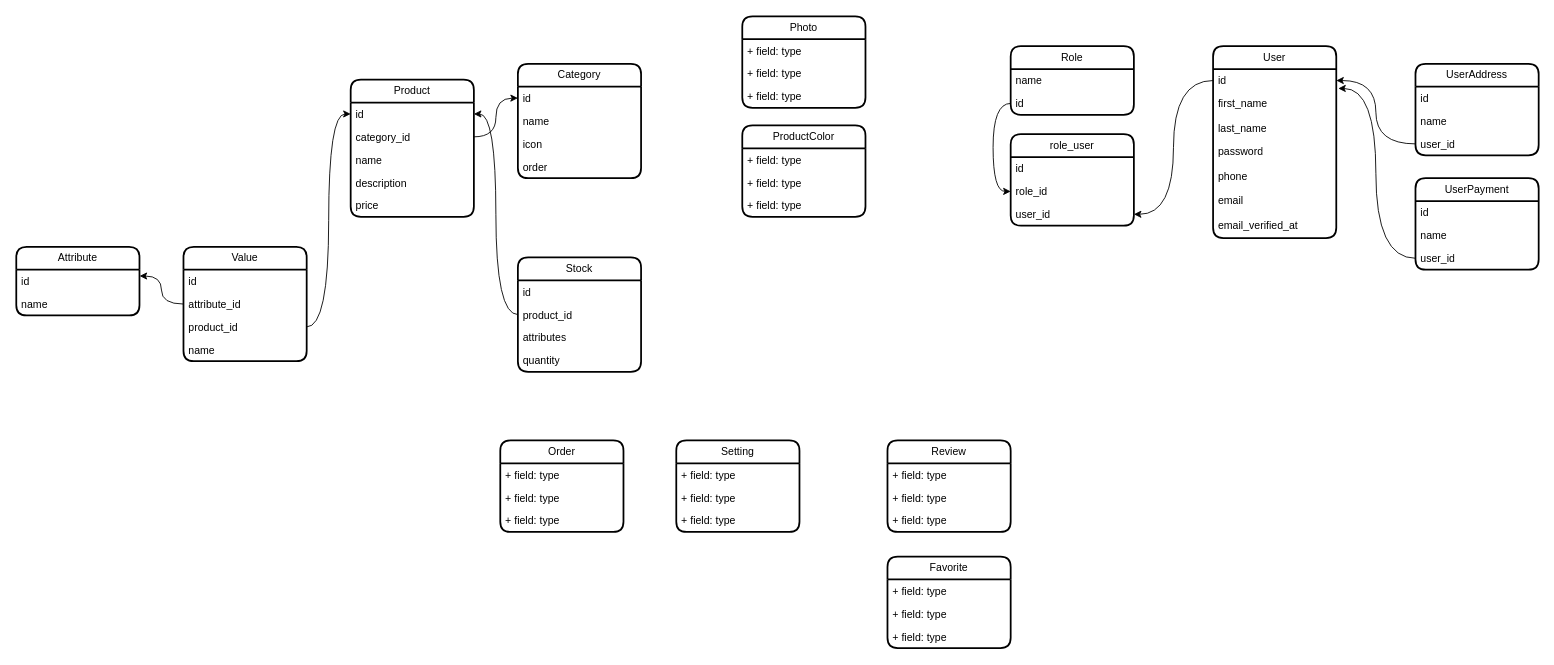
Earlier version of the draw.io diagram ecommerce.drawio (parnasmi/ecommerce-laravel). Source tidied: cells renumbered, new cells numbered last; positions are measured from the earlier drawing's top-left corner, leaving out a move shared by most shapes. Both pictures are drawn from the tidied source at 88%, with x=0, y=0 at pixel (16, 16).
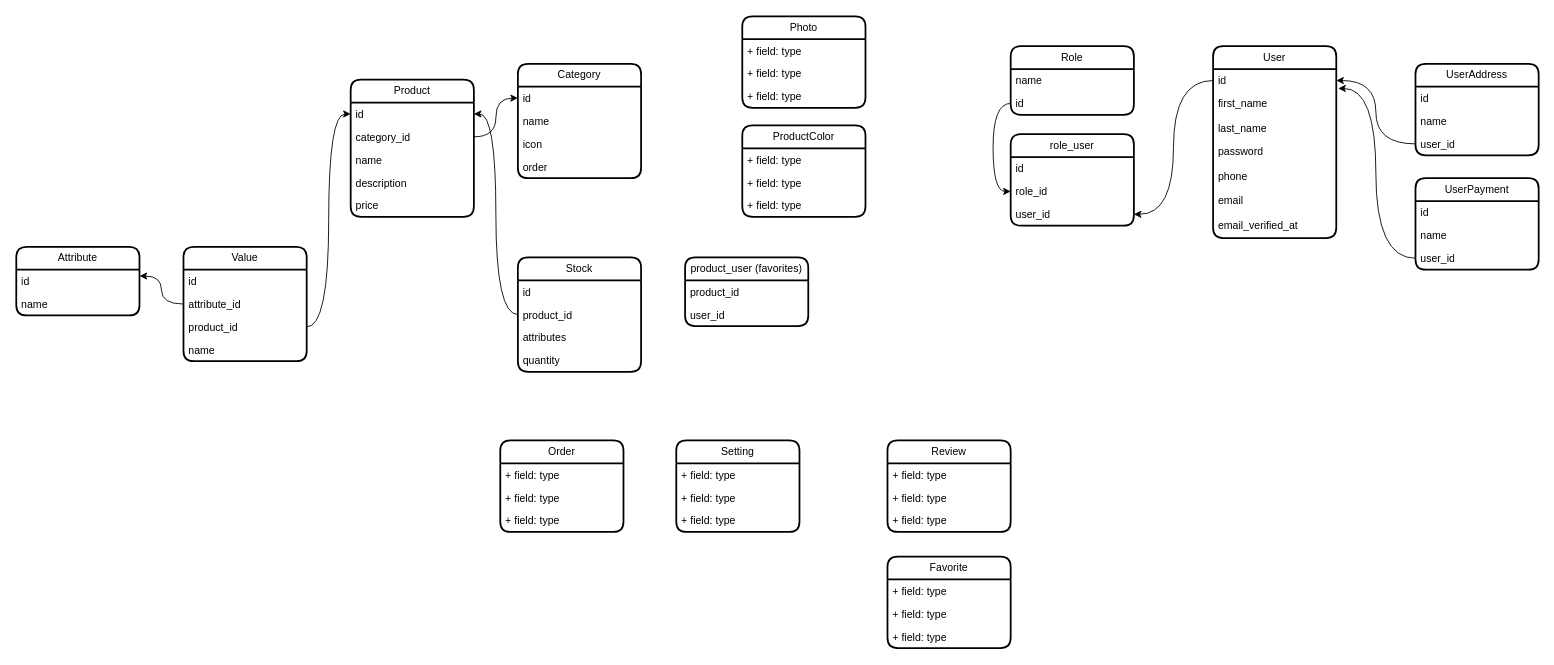
Above is the later version.

Commit message (it also covers changes not shown here):
feat: implement basic Auth and create product_user(favorites) pivot table migration file and relations

Change to the diagram source:
```diff
@@
+    <mxCell id="81" value="product_user (favorites&lt;span style=&quot;background-color: transparent; color: light-dark(rgb(0, 0, 0), rgb(255, 255, 255));&quot;&gt;)&lt;/span&gt;" style="swimlane;fontStyle=0;horizontal=1;startSize=26;fillColor=none;whiteSpace=wrap;html=1;rounded=1;strokeColor=default;shadow=0;glass=0;swimlaneFillColor=default;strokeWidth=2;" parent="1" vertex="1">
+      <mxGeometry x="760" y="274" width="140" height="78" as="geometry" />
+    </mxCell>
+    <mxCell id="82" value="product_id" style="text;strokeColor=none;fillColor=none;align=left;verticalAlign=top;spacingLeft=4;spacingRight=4;overflow=hidden;whiteSpace=wrap;html=1;" parent="81" vertex="1">
+      <mxGeometry y="26" width="140" height="26" as="geometry" />
+    </mxCell>
+    <mxCell id="83" value="user_id" style="text;strokeColor=none;fillColor=none;align=left;verticalAlign=top;spacingLeft=4;spacingRight=4;overflow=hidden;whiteSpace=wrap;html=1;" parent="81" vertex="1">
+      <mxGeometry y="52" width="140" height="26" as="geometry" />
+    </mxCell>
```
